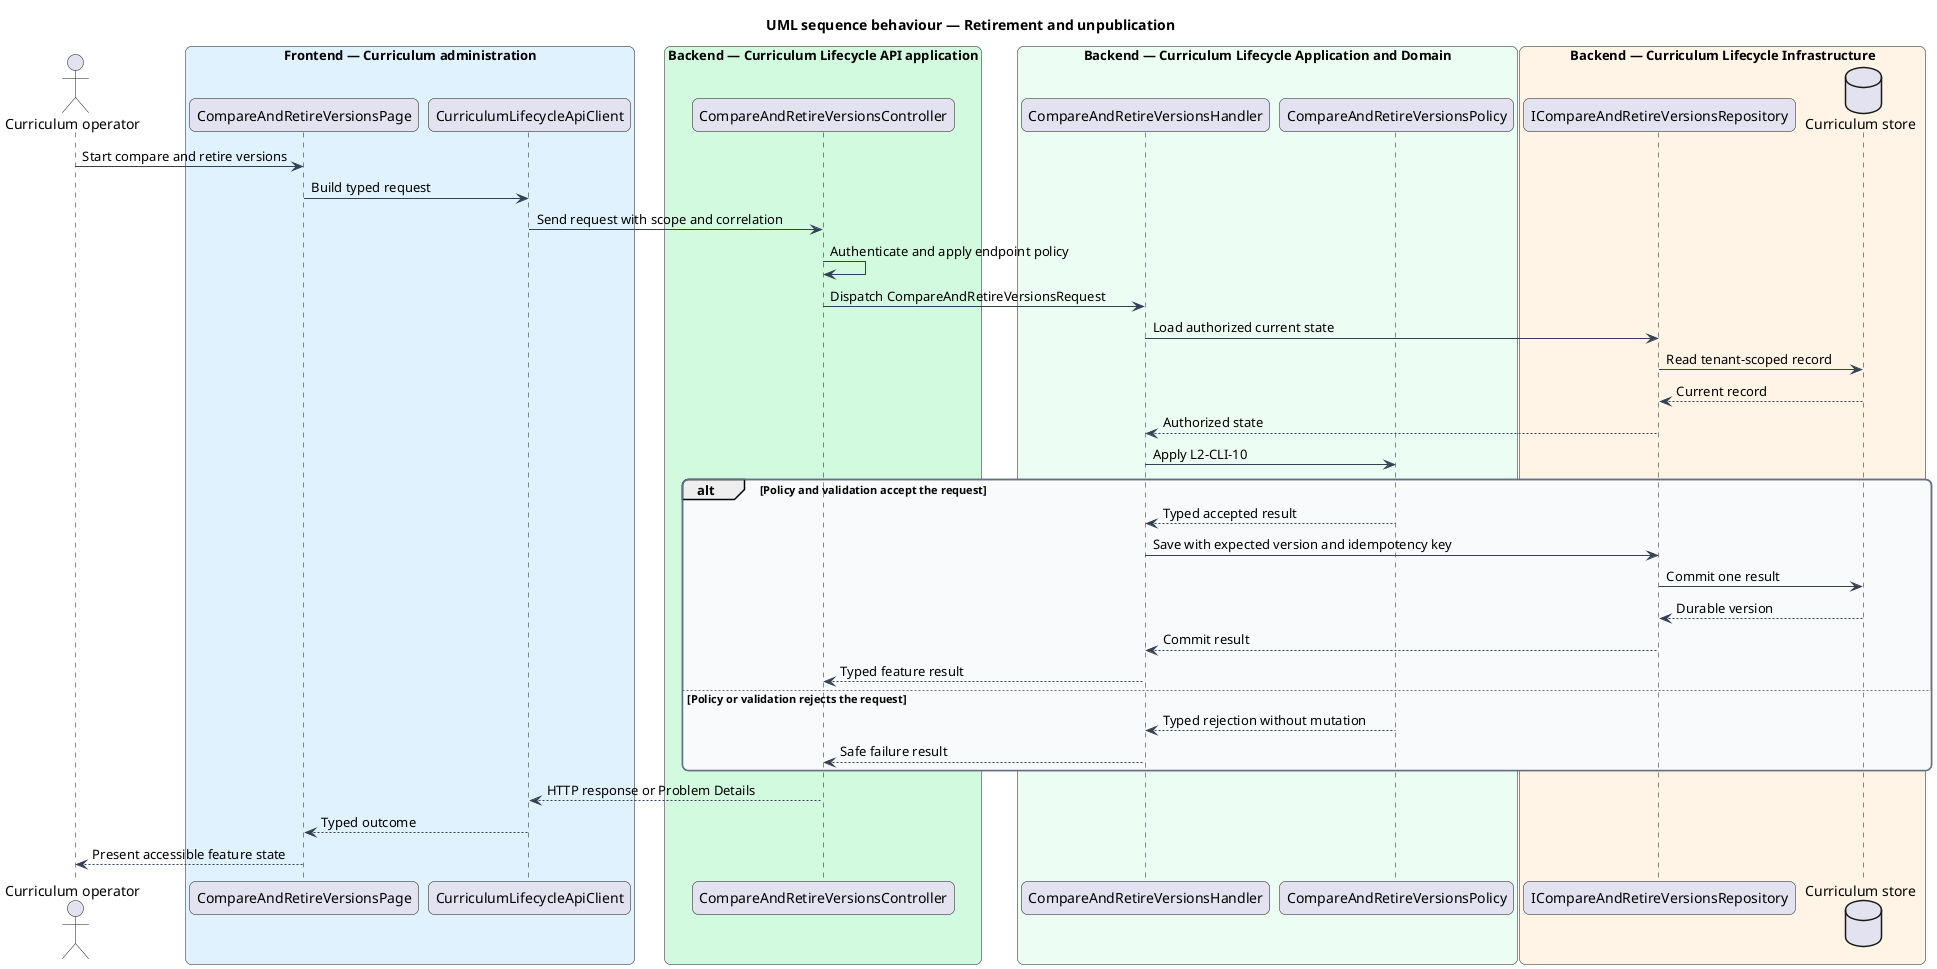
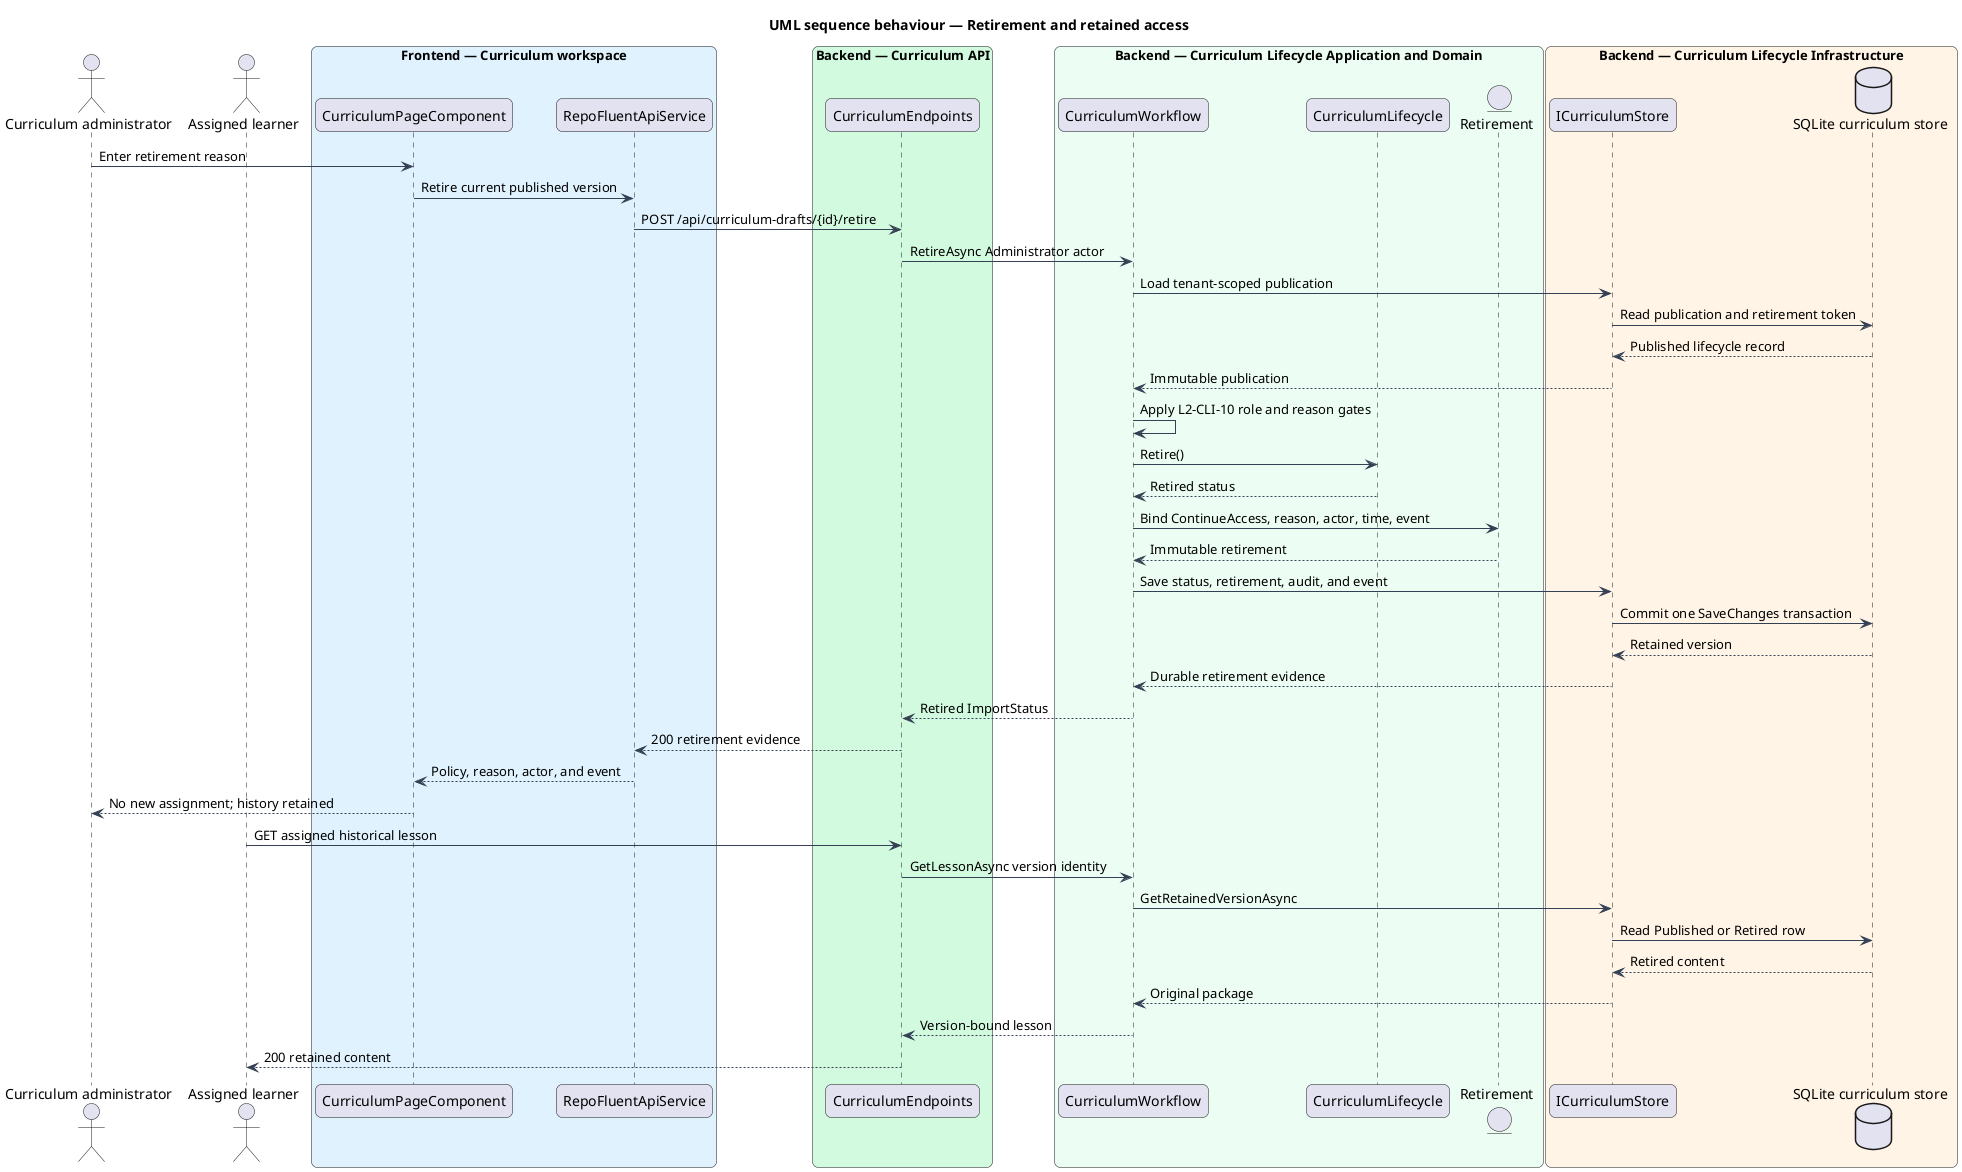
@startuml
- title UML sequence behaviour — Retirement and unpublication
+ title UML sequence behaviour — Retirement and retained access
skinparam backgroundColor #FFFFFF
skinparam shadowing false
skinparam roundcorner 12
skinparam defaultFontName Arial
skinparam ArrowColor #344054
- skinparam rectangle {
-   BorderColor #344054
-   FontColor #101828
- }
- skinparam package {
-   BorderColor #667085
-   FontColor #101828
-   BackgroundColor #F9FAFB
- }
- actor "Curriculum operator" as actor
- box "Frontend — Curriculum administration" #E0F2FE
-   participant "CompareAndRetireVersionsPage" as entry
-   participant "CurriculumLifecycleApiClient" as client
+ actor "Curriculum administrator" as admin
+ actor "Assigned learner" as learner
+ box "Frontend — Curriculum workspace" #E0F2FE
+   participant "CurriculumPageComponent" as page
+   participant "RepoFluentApiService" as client
end box
- box "Backend — Curriculum Lifecycle API application" #D1FADF
-   participant "CompareAndRetireVersionsController" as controller
+ box "Backend — Curriculum API" #D1FADF
+   participant "CurriculumEndpoints" as endpoints
end box
box "Backend — Curriculum Lifecycle Application and Domain" #ECFDF3
-   participant "CompareAndRetireVersionsHandler" as handler
-   participant "CompareAndRetireVersionsPolicy" as policy
+   participant "CurriculumWorkflow" as workflow
+   participant "CurriculumLifecycle" as lifecycle
+   entity "Retirement" as retirement
end box
box "Backend — Curriculum Lifecycle Infrastructure" #FFF4E5
-   participant "ICompareAndRetireVersionsRepository" as repository
-   database "Curriculum store" as store
+   participant "ICurriculumStore" as port
+   database "SQLite curriculum store" as store
end box
- actor -> entry : Start compare and retire versions
- entry -> client : Build typed request
- client -> controller : Send request with scope and correlation
- controller -> controller : Authenticate and apply endpoint policy
- controller -> handler : Dispatch CompareAndRetireVersionsRequest
- handler -> repository : Load authorized current state
- repository -> store : Read tenant-scoped record
- store --> repository : Current record
- repository --> handler : Authorized state
- handler -> policy : Apply L2-CLI-10
- alt Policy and validation accept the request
-   policy --> handler : Typed accepted result
-   handler -> repository : Save with expected version and idempotency key
-   repository -> store : Commit one result
-   store --> repository : Durable version
-   repository --> handler : Commit result
-   handler --> controller : Typed feature result
- else Policy or validation rejects the request
-   policy --> handler : Typed rejection without mutation
-   handler --> controller : Safe failure result
- end
- controller --> client : HTTP response or Problem Details
- client --> entry : Typed outcome
- entry --> actor : Present accessible feature state
+ 
+ admin -> page : Enter retirement reason
+ page -> client : Retire current published version
+ client -> endpoints : POST /api/curriculum-drafts/{id}/retire
+ endpoints -> workflow : RetireAsync Administrator actor
+ workflow -> port : Load tenant-scoped publication
+ port -> store : Read publication and retirement token
+ store --> port : Published lifecycle record
+ port --> workflow : Immutable publication
+ workflow -> workflow : Apply L2-CLI-10 role and reason gates
+ workflow -> lifecycle : Retire()
+ lifecycle --> workflow : Retired status
+ workflow -> retirement : Bind ContinueAccess, reason, actor, time, event
+ retirement --> workflow : Immutable retirement
+ workflow -> port : Save status, retirement, audit, and event
+ port -> store : Commit one SaveChanges transaction
+ store --> port : Retained version
+ port --> workflow : Durable retirement evidence
+ workflow --> endpoints : Retired ImportStatus
+ endpoints --> client : 200 retirement evidence
+ client --> page : Policy, reason, actor, and event
+ page --> admin : No new assignment; history retained
+ 
+ learner -> endpoints : GET assigned historical lesson
+ endpoints -> workflow : GetLessonAsync version identity
+ workflow -> port : GetRetainedVersionAsync
+ port -> store : Read Published or Retired row
+ store --> port : Retired content
+ port --> workflow : Original package
+ workflow --> endpoints : Version-bound lesson
+ endpoints --> learner : 200 retained content
@enduml
